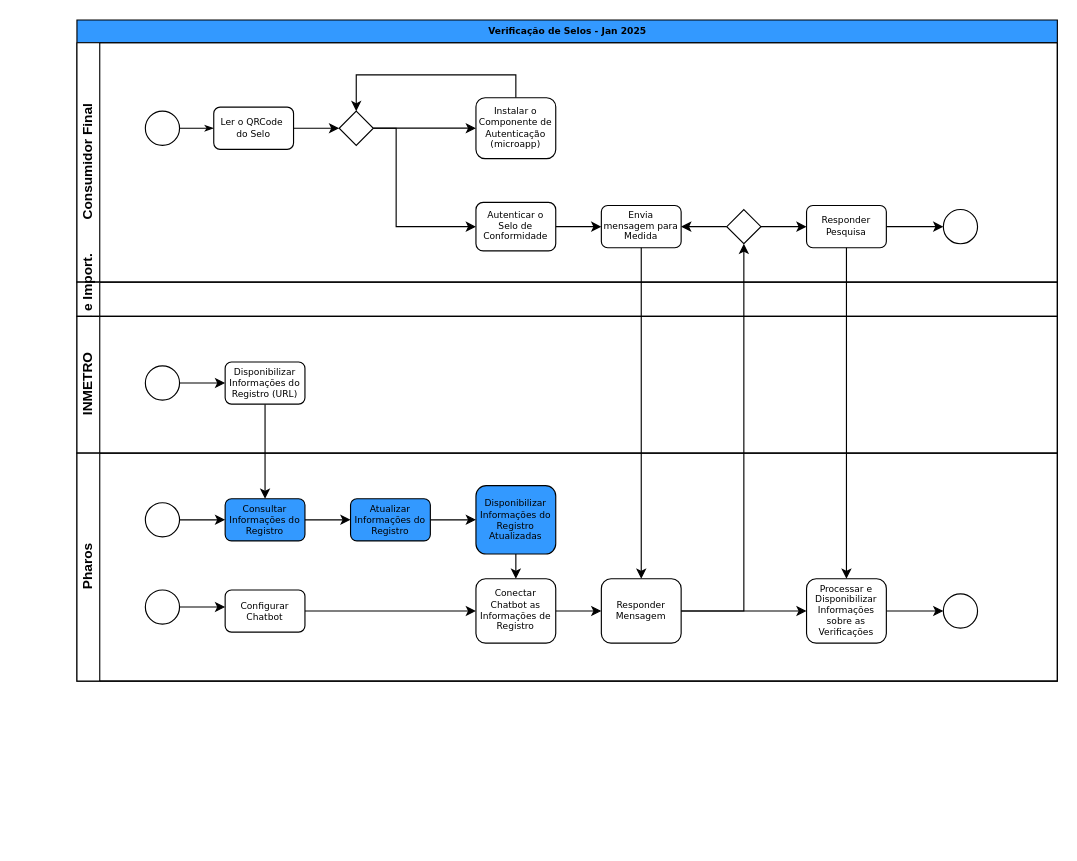
Above: Verificação do Selo.drawio in pharos2018/pharos (draw.io), before the change. Source tidied: cells renumbered, new cells numbered last; positions are measured from the earlier drawing's top-left corner, leaving out a move shared by most shapes. Both pictures are drawn from the tidied source at 114%, with x=0, y=0 at pixel (76, 19).
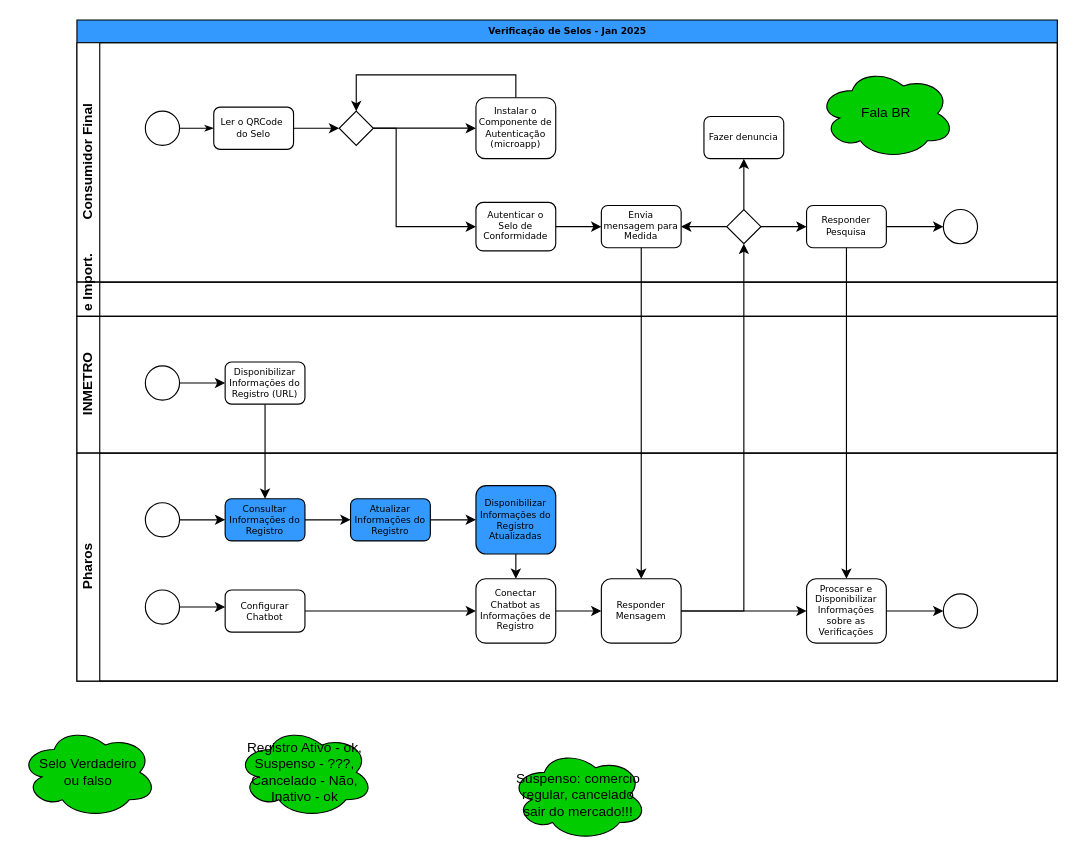
The same diagram, later.

Unchanged cells that the change refers to:
```xml
<mxCell id="3" value="Consumidor Final" style="swimlane;html=1;startSize=20;horizontal=0;" parent="2" vertex="1">
  <mxGeometry y="20" width="860" height="210" as="geometry" />
</mxCell>
<mxCell id="17" style="strokeWidth=1;html=1;shape=mxgraph.flowchart.decision;whiteSpace=wrap;rounded=1;shadow=0;labelBackgroundColor=none;fontFamily=Verdana;fontSize=8;align=center;" parent="3" vertex="1">
  <mxGeometry x="570" y="146.3" width="30" height="30" as="geometry" />
</mxCell>
```

What changed in the source:
```diff
@@
+    <mxCell id="51" style="edgeStyle=orthogonalEdgeStyle;rounded=0;jettySize=auto;html=1;" parent="3" edge="1" source="17" target="52">
+      <mxGeometry relative="1" as="geometry" />
+    </mxCell>
@@
+    <mxCell id="52" value="Fazer denuncia" style="rounded=1;whiteSpace=wrap;html=1;shadow=0;labelBackgroundColor=none;strokeWidth=1;fontFamily=Verdana;fontSize=8;align=center;" parent="3" vertex="1">
+      <mxGeometry x="550" y="64.7" width="70" height="37" as="geometry" />
+    </mxCell>
+    <mxCell id="53" value="Fala BR" style="ellipse;shape=cloud;whiteSpace=wrap;html=1;fillColor=#00CC00;" parent="3" vertex="1">
+      <mxGeometry x="650" y="22" width="120" height="80" as="geometry" />
+    </mxCell>
@@
+    <mxCell id="54" value="Suspenso: comercio regular, cancelado sair do mercado!!!" style="ellipse;shape=cloud;whiteSpace=wrap;html=1;fillColor=#00CC00;" parent="1" vertex="1">
+      <mxGeometry x="380" y="640" width="120" height="80" as="geometry" />
+    </mxCell>
+    <mxCell id="55" value="Selo Verdadeiro&lt;div&gt;ou falso&lt;/div&gt;" style="ellipse;shape=cloud;whiteSpace=wrap;html=1;fillColor=#00CC00;" parent="1" vertex="1">
+      <mxGeometry x="-50" y="620" width="120" height="80" as="geometry" />
+    </mxCell>
+    <mxCell id="56" value="Registro Ativo - ok, Suspenso - ???, Cancelado - Não, Inativo - ok" style="ellipse;shape=cloud;whiteSpace=wrap;html=1;fillColor=#00CC00;" parent="1" vertex="1">
+      <mxGeometry x="140" y="620" width="120" height="80" as="geometry" />
+    </mxCell>
```
